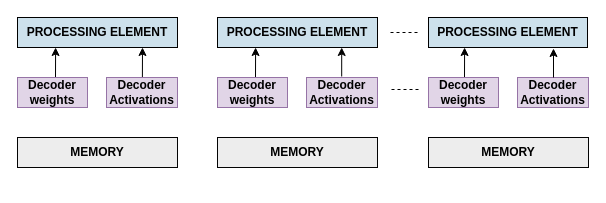
This is High_level_archi.drawio from Nithyarajoman/Drawio-figures, a draw.io file, before an edit. Source tidied: cells renumbered, new cells numbered last; positions are measured from the earlier drawing's top-left corner, leaving out a move shared by most shapes. Both pictures are drawn from the tidied source at 100%, with x=0, y=0 at pixel (17, 17).
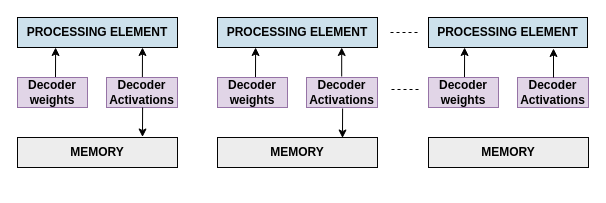
Above is the later version.

Change to the diagram source:
```diff
@@
+    <mxCell id="22" style="endArrow=classic;startArrow=none;html=1;rounded=0;entryX=0.75;entryY=1;entryDx=0;entryDy=0;exitX=0.435;exitY=-0.017;exitDx=0;exitDy=0;exitPerimeter=0;startFill=0;" parent="1" edge="1">
+      <mxGeometry relative="1" as="geometry">
+        <mxPoint x="125.1" y="90" as="sourcePoint" />
+        <mxPoint x="125" y="119.5" as="targetPoint" />
+      </mxGeometry>
+    </mxCell>
+    <mxCell id="23" style="endArrow=classic;startArrow=none;html=1;rounded=0;entryX=0.75;entryY=1;entryDx=0;entryDy=0;exitX=0.435;exitY=-0.017;exitDx=0;exitDy=0;exitPerimeter=0;startFill=0;" parent="1" edge="1">
+      <mxGeometry relative="1" as="geometry">
+        <mxPoint x="325.1" y="91" as="sourcePoint" />
+        <mxPoint x="325" y="120.5" as="targetPoint" />
+      </mxGeometry>
+    </mxCell>
```
